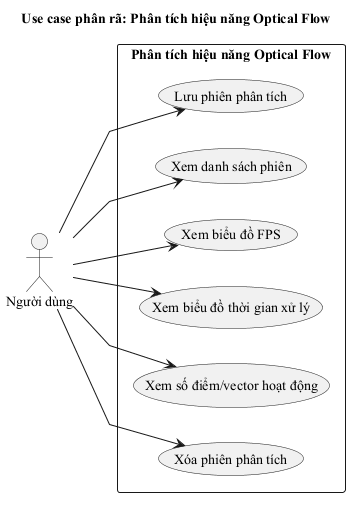
Before: figures/usecase_phan_tich_hieu_nang.png, a diagram exported from PlantUML (thanhmobile080604/My-Thesis-Latex).
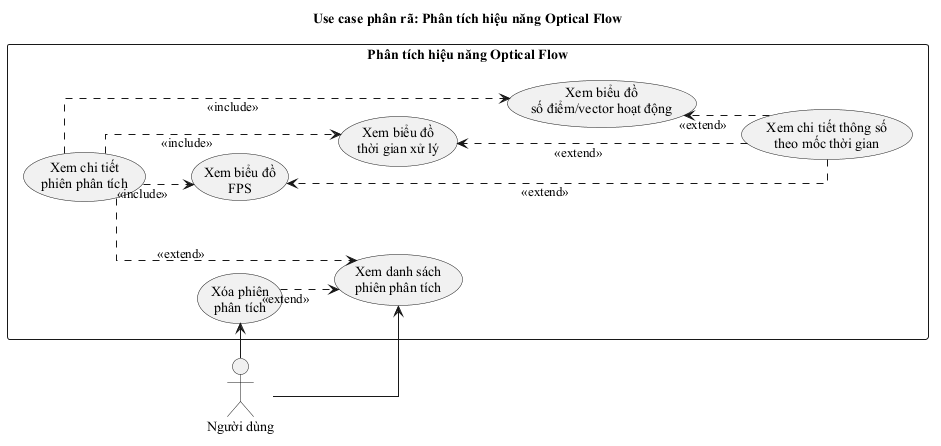
After the change.

Change to the diagram source:
```diff
@@ -1,24 +1,48 @@
 @startuml usecase_phan_tich_hieu_nang
 skinparam defaultFontName "Times New Roman"
-skinparam linetype polyline
 left to right direction
+skinparam packageStyle rectangle
+skinparam linetype ortho
+skinparam nodesep 35
+skinparam ranksep 45
 title Use case phân rã: Phân tích hiệu năng Optical Flow
 
 actor "Người dùng" as User
 
 rectangle "Phân tích hiệu năng Optical Flow" {
-  usecase "Lưu phiên phân tích" as U1
-  usecase "Xem danh sách phiên" as U2
-  usecase "Xem biểu đồ FPS" as U3
-  usecase "Xem biểu đồ thời gian xử lý" as U4
-  usecase "Xem số điểm/vector hoạt động" as U5
-  usecase "Xóa phiên phân tích" as U6
+
+  usecase "Xem danh sách\nphiên phân tích" as UC_List
+  usecase "Xem chi tiết\nphiên phân tích" as UC_Detail
+
+  usecase "Xem biểu đồ\nFPS" as UC_FPS
+  usecase "Xem biểu đồ\nthời gian xử lý" as UC_ProcessTime
+  usecase "Xem biểu đồ\nsố điểm/vector hoạt động" as UC_VectorCount
+
+  usecase "Xem chi tiết thông số\ntheo mốc thời gian" as UC_TimeDetail
+  usecase "Xóa phiên\nphân tích" as UC_Delete
+
+  UC_List -[hidden]down- UC_Detail
+  UC_Detail -[hidden]down- UC_Delete
+
+  UC_Detail -[hidden]right- UC_FPS
+  UC_FPS -[hidden]down- UC_ProcessTime
+  UC_ProcessTime -[hidden]down- UC_VectorCount
+  UC_VectorCount -[hidden]down- UC_TimeDetail
 }
 
-User --> U1
-User --> U2
-User --> U3
-User --> U4
-User --> U5
-User --> U6
+User -right-> UC_List
+User -right-> UC_Delete
+
+UC_Detail ..> UC_List : <<extend>>
+
+UC_Detail ..> UC_FPS : <<include>>
+UC_Detail ..> UC_ProcessTime : <<include>>
+UC_Detail ..> UC_VectorCount : <<include>>
+
+UC_TimeDetail ..> UC_FPS : <<extend>>
+UC_TimeDetail ..> UC_ProcessTime : <<extend>>
+UC_TimeDetail ..> UC_VectorCount : <<extend>>
+
+UC_Delete ..> UC_List : <<extend>>
+
 @enduml
```
